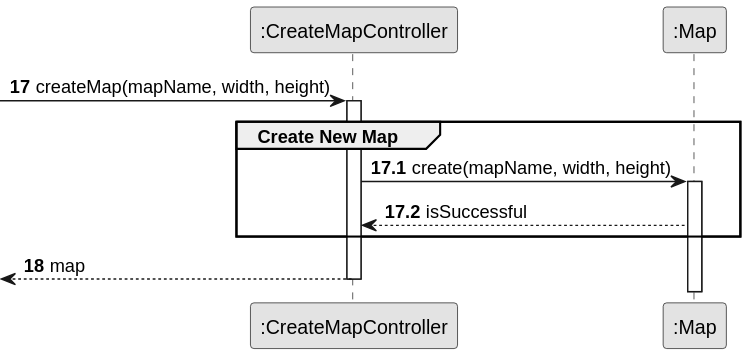
Above: docs/sprint2/us001/03.design/svg/us001-sd-partial-create-map.svg in ivasduarte/all-aboard (PlantUML), before the change.
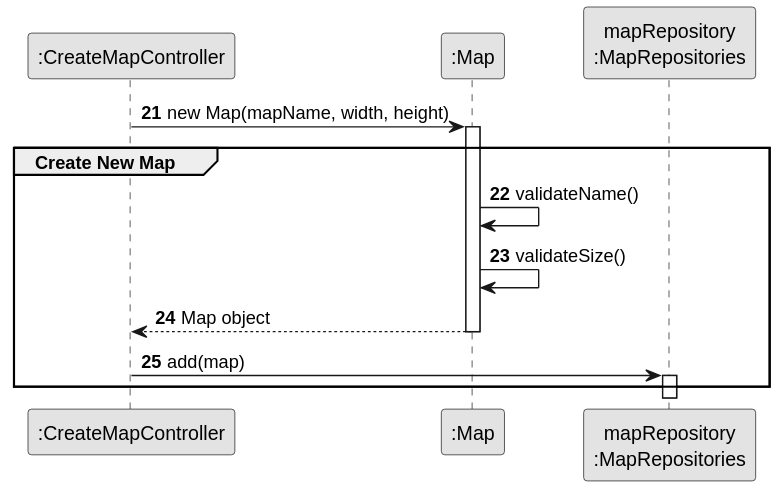
The same diagram one commit later.

What changed in the source:
```diff
@@ -3,21 +3,22 @@
 skinparam packageStyle rectangle
 skinparam shadowing false
 
-autonumber 17
+autonumber 21
 
 participant ":CreateMapController" as ctrl
 participant ":Map" as Map
+participant "mapRepository\n:MapRepositories" as repo
 
--> ctrl : createMap(mapName, width, height)
-activate ctrl
+ctrl -> Map : new Map(mapName, width, height)
+activate Map
 
 group Create New Map
-    autonumber 17.1
-    ctrl -> Map : create(mapName, width, height)
-    activate Map
-    Map --> ctrl : isSuccessful
+    Map -> Map : validateName()
+    Map -> Map : validateSize()
+    Map --> ctrl : Map object
+    deactivate Map
+
+    ctrl -> repo : add(map)
+    activate repo
 end
-    autonumber 18
-    <-- ctrl : map
-    deactivate ctrl
 @enduml
```
